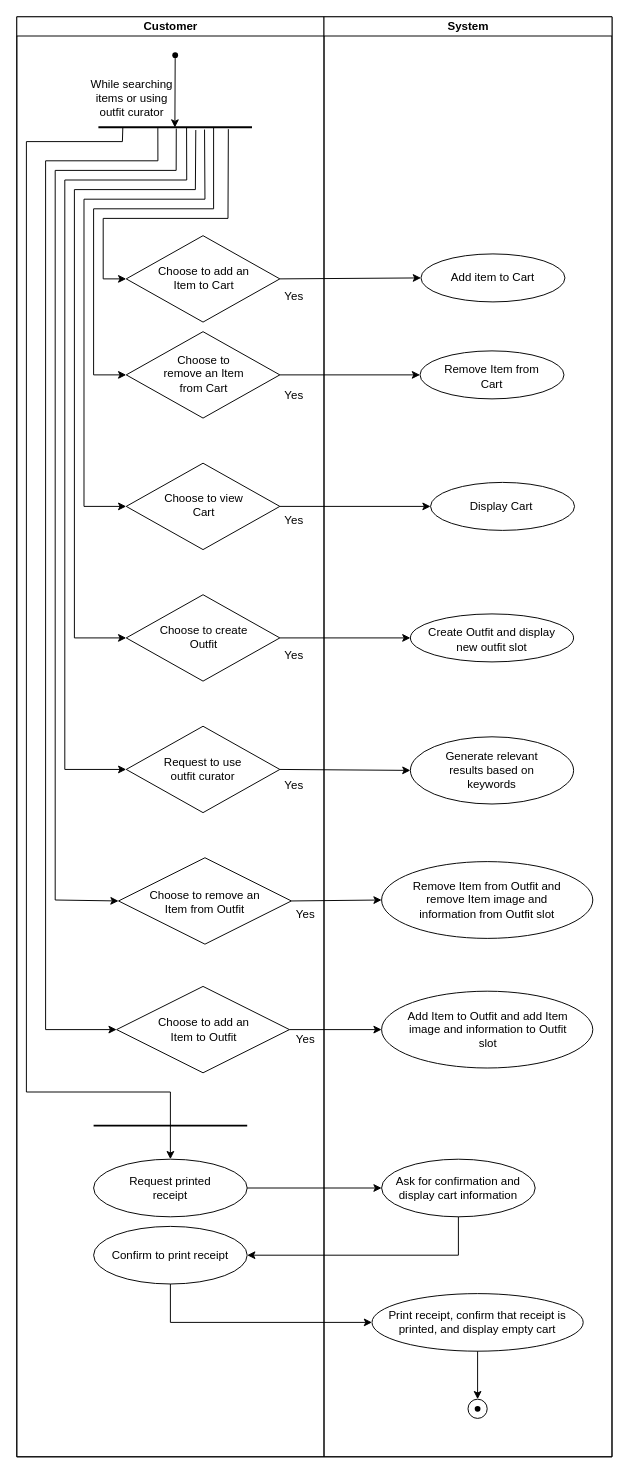
The draw.io diagram GroupAssignment2_Activity.drawio in CS3560-02-6-A/MallKioskSystem, before the edit. Source tidied: cells renumbered, new cells numbered last; positions are measured from the earlier drawing's top-left corner, leaving out a move shared by most shapes. Both pictures are drawn from the tidied source at 96%, with x=0, y=0 at pixel (16, 16).
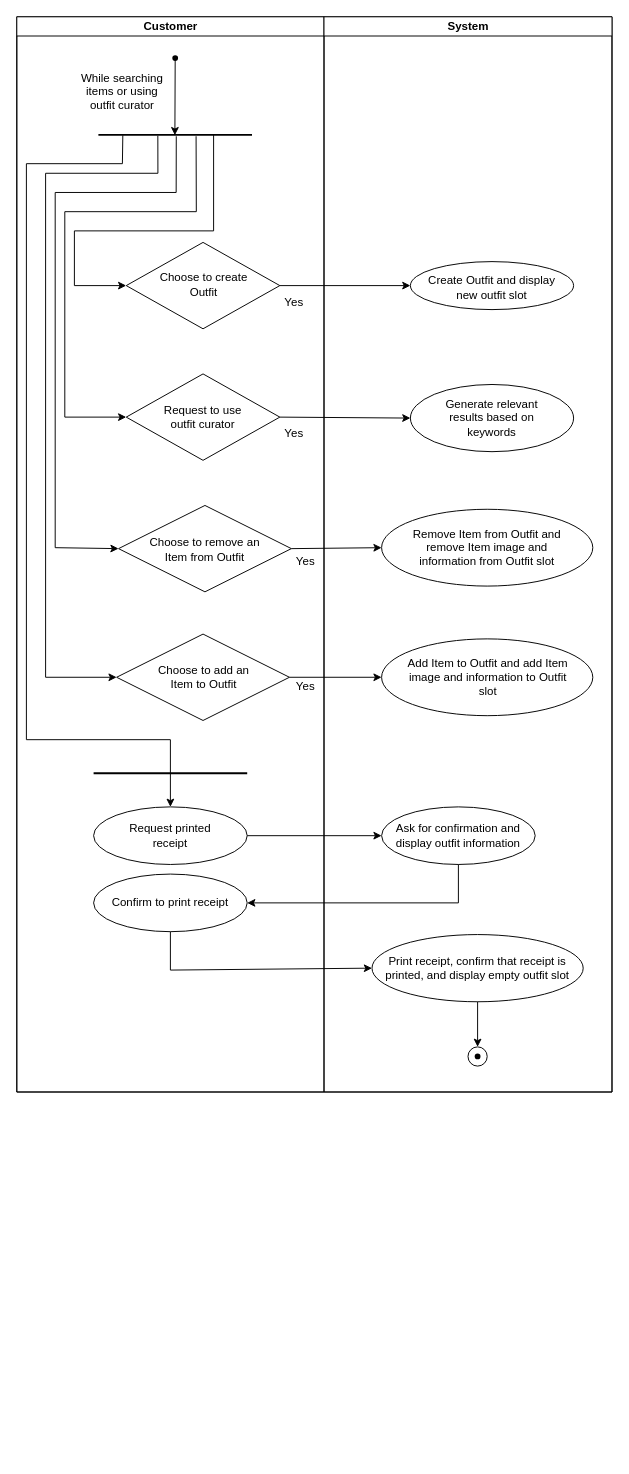
The same diagram, later.

The edit, as a diff of the source:
```diff
@@
     <mxCell id="2" style="swimlane;startSize=0;html=1;" parent="1" vertex="1">
-      <mxGeometry width="620" height="1500" as="geometry" />
+      <mxGeometry width="620" height="1120" as="geometry" />
     </mxCell>
     <mxCell id="3" value="Customer" style="swimlane;startSize=20;html=1;" parent="2" vertex="1">
-      <mxGeometry width="320" height="1500" as="geometry" />
+      <mxGeometry width="320" height="1120" as="geometry" />
     </mxCell>
     <mxCell id="4" value="While searching items or using outfit curator" style="text;html=1;whiteSpace=wrap;strokeColor=none;fillColor=none;align=center;verticalAlign=middle;rounded=0;" parent="3" vertex="1">
-      <mxGeometry x="70" y="60" width="100" height="50" as="geometry" />
+      <mxGeometry x="60" y="53" width="100" height="50" as="geometry" />
     </mxCell>
-    <mxCell id="5" style="rhombus;whiteSpace=wrap;html=1;" parent="3" vertex="1">
-      <mxGeometry x="114" y="228" width="160" height="90" as="geometry" />
-    </mxCell>
-    <mxCell id="6" value="Choose to add an Item to Cart" style="text;html=1;whiteSpace=wrap;strokeColor=none;fillColor=none;align=center;verticalAlign=middle;rounded=0;" parent="3" vertex="1">
-      <mxGeometry x="145" y="252" width="100" height="40" as="geometry" />
-    </mxCell>
-    <mxCell id="7" style="rhombus;whiteSpace=wrap;html=1;" parent="3" vertex="1">
-      <mxGeometry x="114" y="328" width="160" height="90" as="geometry" />
-    </mxCell>
-    <mxCell id="8" value="Choose to remove an Item from Cart" style="text;html=1;whiteSpace=wrap;strokeColor=none;fillColor=none;align=center;verticalAlign=middle;rounded=0;" parent="3" vertex="1">
-      <mxGeometry x="145" y="352" width="100" height="40" as="geometry" />
-    </mxCell>
-    <mxCell id="9" style="endArrow=classic;html=1;rounded=0;entryX=0;entryY=0.5;entryDx=0;entryDy=0;exitX=0.846;exitY=0.701;exitDx=0;exitDy=0;exitPerimeter=0;" parent="3" edge="1" source="33" target="5">
-      <mxGeometry relative="1" as="geometry">
-        <Array as="points">
-          <mxPoint x="220" y="210" />
-          <mxPoint x="90" y="210" />
-          <mxPoint x="90" y="273" />
-        </Array>
-      </mxGeometry>
-    </mxCell>
-    <mxCell id="10" value="Yes" style="text;html=1;whiteSpace=wrap;strokeColor=none;fillColor=none;align=center;verticalAlign=middle;rounded=0;" parent="3" vertex="1">
-      <mxGeometry x="274" y="277" width="30" height="30" as="geometry" />
-    </mxCell>
-    <mxCell id="11" style="rhombus;whiteSpace=wrap;html=1;" parent="3" vertex="1">
-      <mxGeometry x="114" y="465" width="160" height="90" as="geometry" />
-    </mxCell>
-    <mxCell id="12" value="Choose to view Cart" style="text;html=1;whiteSpace=wrap;strokeColor=none;fillColor=none;align=center;verticalAlign=middle;rounded=0;" parent="3" vertex="1">
-      <mxGeometry x="145" y="489" width="100" height="40" as="geometry" />
-    </mxCell>
-    <mxCell id="13" style="endArrow=classic;html=1;rounded=0;entryX=0;entryY=0.5;entryDx=0;entryDy=0;exitX=0.75;exitY=0.5;exitDx=0;exitDy=0;exitPerimeter=0;" parent="3" edge="1" source="33" target="7">
-      <mxGeometry relative="1" as="geometry">
-        <Array as="points">
-          <mxPoint x="205" y="200" />
-          <mxPoint x="80" y="200" />
-          <mxPoint x="80" y="373" />
-        </Array>
-      </mxGeometry>
-    </mxCell>
     <mxCell id="14" style="rhombus;whiteSpace=wrap;html=1;" parent="3" vertex="1">
-      <mxGeometry x="114" y="602" width="160" height="90" as="geometry" />
+      <mxGeometry x="114" y="235" width="160" height="90" as="geometry" />
     </mxCell>
     <mxCell id="15" value="Choose to create Outfit" style="text;html=1;whiteSpace=wrap;strokeColor=none;fillColor=none;align=center;verticalAlign=middle;rounded=0;" parent="3" vertex="1">
-      <mxGeometry x="145" y="626" width="100" height="40" as="geometry" />
+      <mxGeometry x="145" y="259" width="100" height="40" as="geometry" />
     </mxCell>
     <mxCell id="16" style="rhombus;whiteSpace=wrap;html=1;" parent="3" vertex="1">
-      <mxGeometry x="114" y="739" width="160" height="90" as="geometry" />
+      <mxGeometry x="114" y="372" width="160" height="90" as="geometry" />
     </mxCell>
     <mxCell id="17" style="rhombus;whiteSpace=wrap;html=1;" parent="3" vertex="1">
-      <mxGeometry x="106" y="876" width="180" height="90" as="geometry" />
+      <mxGeometry x="106" y="509" width="180" height="90" as="geometry" />
     </mxCell>
     <mxCell id="18" value="Choose to remove an Item from Outfit" style="text;html=1;whiteSpace=wrap;strokeColor=none;fillColor=none;align=center;verticalAlign=middle;rounded=0;" parent="3" vertex="1">
-      <mxGeometry x="136" y="902" width="120" height="40" as="geometry" />
+      <mxGeometry x="136" y="535" width="120" height="40" as="geometry" />
     </mxCell>
-    <mxCell id="19" value="Yes" style="text;html=1;whiteSpace=wrap;strokeColor=none;fillColor=none;align=center;verticalAlign=middle;rounded=0;" parent="3" vertex="1">
-      <mxGeometry x="274" y="380" width="30" height="30" as="geometry" />
-    </mxCell>
     <mxCell id="20" value="Yes" style="text;html=1;whiteSpace=wrap;strokeColor=none;fillColor=none;align=center;verticalAlign=middle;rounded=0;" parent="3" vertex="1">
-      <mxGeometry x="274" y="650" width="30" height="30" as="geometry" />
+      <mxGeometry x="274" y="283" width="30" height="30" as="geometry" />
     </mxCell>
     <mxCell id="21" value="Yes" style="text;html=1;whiteSpace=wrap;strokeColor=none;fillColor=none;align=center;verticalAlign=middle;rounded=0;" parent="3" vertex="1">
-      <mxGeometry x="274" y="786" width="30" height="30" as="geometry" />
+      <mxGeometry x="274" y="419" width="30" height="30" as="geometry" />
     </mxCell>
     <mxCell id="22" value="Yes" style="text;html=1;whiteSpace=wrap;strokeColor=none;fillColor=none;align=center;verticalAlign=middle;rounded=0;" parent="3" vertex="1">
-      <mxGeometry x="286" y="920" width="30" height="30" as="geometry" />
+      <mxGeometry x="286" y="553" width="30" height="30" as="geometry" />
     </mxCell>
-    <mxCell id="23" value="Yes" style="text;html=1;whiteSpace=wrap;strokeColor=none;fillColor=none;align=center;verticalAlign=middle;rounded=0;" parent="3" vertex="1">
-      <mxGeometry x="274" y="510" width="30" height="30" as="geometry" />
-    </mxCell>
     <mxCell id="24" value="Request to use outfit curator" style="text;html=1;whiteSpace=wrap;strokeColor=none;fillColor=none;align=center;verticalAlign=middle;rounded=0;" parent="3" vertex="1">
-      <mxGeometry x="144" y="759" width="100" height="50" as="geometry" />
+      <mxGeometry x="144" y="392" width="100" height="50" as="geometry" />
     </mxCell>
     <mxCell id="25" style="rhombus;whiteSpace=wrap;html=1;" parent="3" vertex="1">
-      <mxGeometry x="104" y="1010" width="180" height="90" as="geometry" />
+      <mxGeometry x="104" y="643" width="180" height="90" as="geometry" />
     </mxCell>
     <mxCell id="26" value="Choose to add an Item to Outfit" style="text;html=1;whiteSpace=wrap;strokeColor=none;fillColor=none;align=center;verticalAlign=middle;rounded=0;" parent="3" vertex="1">
-      <mxGeometry x="135" y="1035" width="120" height="40" as="geometry" />
+      <mxGeometry x="135" y="668" width="120" height="40" as="geometry" />
     </mxCell>
     <mxCell id="27" value="Yes" style="text;html=1;whiteSpace=wrap;strokeColor=none;fillColor=none;align=center;verticalAlign=middle;rounded=0;" parent="3" vertex="1">
-      <mxGeometry x="286" y="1050" width="30" height="30" as="geometry" />
+      <mxGeometry x="286" y="683" width="30" height="30" as="geometry" />
     </mxCell>
     <mxCell id="28" style="ellipse;whiteSpace=wrap;html=1;" parent="3" vertex="1">
-      <mxGeometry x="80" y="1190" width="160" height="60" as="geometry" />
+      <mxGeometry x="80" y="823" width="160" height="60" as="geometry" />
     </mxCell>
     <mxCell id="29" value="Request printed receipt" style="text;html=1;whiteSpace=wrap;strokeColor=none;fillColor=none;align=center;verticalAlign=middle;rounded=0;" parent="3" vertex="1">
-      <mxGeometry x="100" y="1200" width="120" height="40" as="geometry" />
+      <mxGeometry x="100" y="833" width="120" height="40" as="geometry" />
     </mxCell>
     <mxCell id="30" value="Confirm to print receipt" style="ellipse;whiteSpace=wrap;html=1;" parent="3" vertex="1">
-      <mxGeometry x="80" y="1260" width="160" height="60" as="geometry" />
+      <mxGeometry x="80" y="893" width="160" height="60" as="geometry" />
     </mxCell>
     <mxCell id="31" style="shape=waypoint;sketch=0;fillStyle=solid;size=6;points=[];fillColor=none;perimeter=centerPerimeter;snapToPoint=1;" parent="3" vertex="1">
-      <mxGeometry x="155" y="30" width="20" height="20" as="geometry" />
+      <mxGeometry x="155" y="33" width="20" height="20" as="geometry" />
     </mxCell>
     <mxCell id="32" style="line;strokeWidth=2;html=1;" parent="3" vertex="1">
-      <mxGeometry x="80" y="1150" width="160" height="10" as="geometry" />
+      <mxGeometry x="80" y="783" width="160" height="10" as="geometry" />
     </mxCell>
     <mxCell id="33" style="line;strokeWidth=2;html=1;" parent="3" vertex="1">
-      <mxGeometry x="85" y="110" width="160" height="10" as="geometry" />
+      <mxGeometry x="85" y="118" width="160" height="10" as="geometry" />
     </mxCell>
-    <mxCell id="34" style="endArrow=classic;html=1;rounded=0;entryX=0.498;entryY=0.533;entryDx=0;entryDy=0;entryPerimeter=0;" parent="3" edge="1" source="31" target="33">
+    <mxCell id="34" style="endArrow=classic;html=1;rounded=0;entryX=0.498;entryY=0.533;entryDx=0;entryDy=0;entryPerimeter=0;exitX=0.484;exitY=0.5;exitDx=0;exitDy=0;exitPerimeter=0;" parent="3" edge="1" source="31" target="33">
       <mxGeometry relative="1" as="geometry" />
     </mxCell>
-    <mxCell id="35" style="endArrow=classic;html=1;rounded=0;entryX=0;entryY=0.5;entryDx=0;entryDy=0;exitX=0.691;exitY=0.744;exitDx=0;exitDy=0;exitPerimeter=0;" parent="3" edge="1" source="33" target="11">
-      <mxGeometry relative="1" as="geometry">
-        <Array as="points">
-          <mxPoint x="196" y="190" />
-          <mxPoint x="70" y="190" />
-          <mxPoint x="70" y="510" />
-        </Array>
-      </mxGeometry>
-    </mxCell>
-    <mxCell id="36" style="endArrow=classic;html=1;rounded=0;entryX=0;entryY=0.5;entryDx=0;entryDy=0;exitX=0.634;exitY=0.795;exitDx=0;exitDy=0;exitPerimeter=0;" parent="3" edge="1" source="33" target="14">
+    <mxCell id="36" style="endArrow=classic;html=1;rounded=0;entryX=0;entryY=0.5;entryDx=0;entryDy=0;exitX=0.75;exitY=0.5;exitDx=0;exitDy=0;exitPerimeter=0;" parent="3" edge="1" source="33" target="14">
       <mxGeometry relative="1" as="geometry">
         <Array as="points">
-          <mxPoint x="186" y="180" />
-          <mxPoint x="60" y="180" />
-          <mxPoint x="60" y="647" />
+          <mxPoint x="205" y="223" />
+          <mxPoint x="60" y="223" />
+          <mxPoint x="60" y="280" />
         </Array>
       </mxGeometry>
     </mxCell>
-    <mxCell id="37" style="endArrow=classic;html=1;rounded=0;entryX=0;entryY=0.5;entryDx=0;entryDy=0;exitX=0.574;exitY=0.491;exitDx=0;exitDy=0;exitPerimeter=0;" parent="3" edge="1" source="33" target="16">
+    <mxCell id="37" style="endArrow=classic;html=1;rounded=0;entryX=0;entryY=0.5;entryDx=0;entryDy=0;exitX=0.636;exitY=0.643;exitDx=0;exitDy=0;exitPerimeter=0;" parent="3" edge="1" source="33" target="16">
       <mxGeometry relative="1" as="geometry">
         <Array as="points">
-          <mxPoint x="177" y="170" />
-          <mxPoint x="50" y="170" />
-          <mxPoint x="50" y="784" />
+          <mxPoint x="187" y="203" />
+          <mxPoint x="50" y="203" />
+          <mxPoint x="50" y="417" />
         </Array>
       </mxGeometry>
     </mxCell>
     <mxCell id="38" style="endArrow=classic;html=1;rounded=0;entryX=0;entryY=0.5;entryDx=0;entryDy=0;exitX=0.507;exitY=0.643;exitDx=0;exitDy=0;exitPerimeter=0;" parent="3" edge="1" source="33" target="17">
       <mxGeometry relative="1" as="geometry">
         <Array as="points">
-          <mxPoint x="166" y="160" />
-          <mxPoint x="40" y="160" />
-          <mxPoint x="40" y="920" />
+          <mxPoint x="166" y="183" />
+          <mxPoint x="40" y="183" />
+          <mxPoint x="40" y="553" />
         </Array>
       </mxGeometry>
     </mxCell>
     <mxCell id="39" style="endArrow=classic;html=1;rounded=0;entryX=0;entryY=0.5;entryDx=0;entryDy=0;exitX=0.387;exitY=0.592;exitDx=0;exitDy=0;exitPerimeter=0;" parent="3" edge="1" source="33" target="25">
       <mxGeometry relative="1" as="geometry">
         <Array as="points">
-          <mxPoint x="147" y="150" />
-          <mxPoint x="30" y="150" />
-          <mxPoint x="30" y="1055" />
+          <mxPoint x="147" y="163" />
+          <mxPoint x="30" y="163" />
+          <mxPoint x="30" y="688" />
         </Array>
       </mxGeometry>
     </mxCell>
     <mxCell id="40" style="endArrow=classic;html=1;rounded=0;entryX=0.5;entryY=0;entryDx=0;entryDy=0;exitX=0.159;exitY=0.541;exitDx=0;exitDy=0;exitPerimeter=0;" parent="3" edge="1" source="33" target="28">
       <mxGeometry relative="1" as="geometry">
         <Array as="points">
-          <mxPoint x="110" y="130" />
-          <mxPoint x="10" y="130" />
-          <mxPoint x="10" y="1120" />
-          <mxPoint x="160" y="1120" />
+          <mxPoint x="110" y="153" />
+          <mxPoint x="10" y="153" />
+          <mxPoint x="10" y="753" />
+          <mxPoint x="160" y="753" />
         </Array>
       </mxGeometry>
     </mxCell>
     <mxCell id="41" value="System" style="swimlane;startSize=20;html=1;" parent="2" vertex="1">
-      <mxGeometry x="320" width="300" height="1500" as="geometry" />
+      <mxGeometry x="320" width="300" height="1120" as="geometry" />
     </mxCell>
-    <mxCell id="42" style="ellipse;whiteSpace=wrap;html=1;" parent="41" vertex="1">
-      <mxGeometry x="101" y="247" width="150" height="50" as="geometry" />
-    </mxCell>
-    <mxCell id="43" value="Add item to Cart" style="text;html=1;whiteSpace=wrap;strokeColor=none;fillColor=none;align=center;verticalAlign=middle;rounded=0;" parent="41" vertex="1">
-      <mxGeometry x="111" y="257" width="130" height="30" as="geometry" />
-    </mxCell>
-    <mxCell id="44" style="ellipse;whiteSpace=wrap;html=1;" parent="41" vertex="1">
-      <mxGeometry x="100" y="348" width="150" height="50" as="geometry" />
-    </mxCell>
-    <mxCell id="45" value="Remove Item from Cart" style="text;html=1;whiteSpace=wrap;strokeColor=none;fillColor=none;align=center;verticalAlign=middle;rounded=0;" parent="41" vertex="1">
-      <mxGeometry x="120" y="360" width="110" height="30" as="geometry" />
-    </mxCell>
-    <mxCell id="46" style="ellipse;whiteSpace=wrap;html=1;" parent="41" vertex="1">
-      <mxGeometry x="111" y="485" width="150" height="50" as="geometry" />
-    </mxCell>
-    <mxCell id="47" value="Display Cart" style="text;html=1;whiteSpace=wrap;strokeColor=none;fillColor=none;align=center;verticalAlign=middle;rounded=0;" parent="41" vertex="1">
-      <mxGeometry x="120" y="495" width="130" height="30" as="geometry" />
-    </mxCell>
     <mxCell id="48" style="ellipse;whiteSpace=wrap;html=1;" parent="41" vertex="1">
-      <mxGeometry x="90" y="622" width="170" height="50" as="geometry" />
+      <mxGeometry x="90" y="255" width="170" height="50" as="geometry" />
     </mxCell>
     <mxCell id="49" style="ellipse;whiteSpace=wrap;html=1;" parent="41" vertex="1">
-      <mxGeometry x="90" y="750" width="170" height="70" as="geometry" />
+      <mxGeometry x="90" y="383" width="170" height="70" as="geometry" />
     </mxCell>
     <mxCell id="50" style="ellipse;whiteSpace=wrap;html=1;" parent="41" vertex="1">
-      <mxGeometry x="60" y="880" width="220" height="80" as="geometry" />
+      <mxGeometry x="60" y="513" width="220" height="80" as="geometry" />
     </mxCell>
     <mxCell id="51" value="Create Outfit and display new outfit slot" style="text;html=1;whiteSpace=wrap;strokeColor=none;fillColor=none;align=center;verticalAlign=middle;rounded=0;" parent="41" vertex="1">
-      <mxGeometry x="100" y="634" width="150" height="30" as="geometry" />
+      <mxGeometry x="100" y="267" width="150" height="30" as="geometry" />
     </mxCell>
     <mxCell id="52" value="Generate relevant results based on keywords" style="text;html=1;whiteSpace=wrap;strokeColor=none;fillColor=none;align=center;verticalAlign=middle;rounded=0;" parent="41" vertex="1">
-      <mxGeometry x="120" y="760" width="110" height="50" as="geometry" />
+      <mxGeometry x="120" y="393" width="110" height="50" as="geometry" />
     </mxCell>
     <mxCell id="53" value="Remove Item from Outfit and remove Item image and information from Outfit slot" style="text;html=1;whiteSpace=wrap;strokeColor=none;fillColor=none;align=center;verticalAlign=middle;rounded=0;" parent="41" vertex="1">
-      <mxGeometry x="80" y="890" width="180" height="60" as="geometry" />
+      <mxGeometry x="80" y="523" width="180" height="60" as="geometry" />
     </mxCell>
     <mxCell id="54" style="ellipse;whiteSpace=wrap;html=1;" parent="41" vertex="1">
-      <mxGeometry x="60" y="1015" width="220" height="80" as="geometry" />
+      <mxGeometry x="60" y="648" width="220" height="80" as="geometry" />
     </mxCell>
     <mxCell id="55" value="Add Item to Outfit and add Item image and information to Outfit slot" style="text;html=1;whiteSpace=wrap;strokeColor=none;fillColor=none;align=center;verticalAlign=middle;rounded=0;" parent="41" vertex="1">
-      <mxGeometry x="81" y="1025" width="180" height="60" as="geometry" />
+      <mxGeometry x="81" y="658" width="180" height="60" as="geometry" />
     </mxCell>
-    <mxCell id="56" value="Ask for confirmation and display cart information" style="ellipse;whiteSpace=wrap;html=1;" parent="41" vertex="1">
-      <mxGeometry x="60" y="1190" width="160" height="60" as="geometry" />
+    <mxCell id="56" value="Ask for confirmation and display outfit information" style="ellipse;whiteSpace=wrap;html=1;" parent="41" vertex="1">
+      <mxGeometry x="60" y="823" width="160" height="60" as="geometry" />
     </mxCell>
-    <mxCell id="57" value="Print receipt, confirm that receipt is printed, and display empty cart" style="ellipse;whiteSpace=wrap;html=1;" parent="41" vertex="1">
-      <mxGeometry x="50" y="1330" width="220" height="60" as="geometry" />
+    <mxCell id="57" value="Print receipt, confirm that receipt is printed, and display empty outfit slot" style="ellipse;whiteSpace=wrap;html=1;" parent="41" vertex="1">
+      <mxGeometry x="50" y="956" width="220" height="70" as="geometry" />
     </mxCell>
     <mxCell id="58" style="ellipse;whiteSpace=wrap;html=1;" parent="41" vertex="1">
-      <mxGeometry x="150" y="1440" width="20" height="20" as="geometry" />
+      <mxGeometry x="150" y="1073" width="20" height="20" as="geometry" />
     </mxCell>
     <mxCell id="59" style="shape=waypoint;sketch=0;fillStyle=solid;size=6;fillColor=none;perimeter=centerPerimeter;" parent="41" vertex="1">
-      <mxGeometry x="150" y="1440" width="20" height="20" as="geometry" />
+      <mxGeometry x="150" y="1073" width="20" height="20" as="geometry" />
     </mxCell>
-    <mxCell id="60" style="endArrow=classic;html=1;rounded=0;exitX=0.5;exitY=1;exitDx=0;exitDy=0;" parent="41" edge="1">
+    <mxCell id="60" style="endArrow=classic;html=1;rounded=0;exitX=0.5;exitY=1;exitDx=0;exitDy=0;" parent="41" edge="1" source="57">
       <mxGeometry relative="1" as="geometry">
-        <mxPoint x="160" y="1390" as="sourcePoint" />
-        <mxPoint x="160" y="1440" as="targetPoint" />
+        <mxPoint x="160" y="1073" as="targetPoint" />
       </mxGeometry>
     </mxCell>
-    <mxCell id="61" style="endArrow=classic;html=1;rounded=0;entryX=0;entryY=0.5;entryDx=0;entryDy=0;exitX=1;exitY=0.5;exitDx=0;exitDy=0;" parent="2" edge="1" source="7" target="44">
-      <mxGeometry relative="1" as="geometry" />
-    </mxCell>
-    <mxCell id="62" style="endArrow=classic;html=1;rounded=0;exitX=1;exitY=0.5;exitDx=0;exitDy=0;entryX=0;entryY=0.5;entryDx=0;entryDy=0;" parent="2" edge="1" source="11" target="46">
-      <mxGeometry relative="1" as="geometry" />
-    </mxCell>
@@
     <mxCell id="68" style="endArrow=classic;html=1;rounded=0;exitX=0.5;exitY=1;exitDx=0;exitDy=0;entryX=0;entryY=0.5;entryDx=0;entryDy=0;" parent="2" edge="1" source="30" target="57">
       <mxGeometry relative="1" as="geometry">
         <Array as="points">
-          <mxPoint x="160" y="1360" />
+          <mxPoint x="160" y="993" />
         </Array>
       </mxGeometry>
     </mxCell>
-    <mxCell id="69" style="endArrow=classic;html=1;rounded=0;entryX=0;entryY=0.5;entryDx=0;entryDy=0;exitX=1;exitY=0.5;exitDx=0;exitDy=0;" parent="2" edge="1" source="5" target="42">
-      <mxGeometry relative="1" as="geometry" />
-    </mxCell>
     <mxCell id="70" style="endArrow=classic;html=1;rounded=0;exitX=0.5;exitY=1;exitDx=0;exitDy=0;" parent="1" edge="1" source="56">
       <mxGeometry relative="1" as="geometry">
-        <mxPoint x="240" y="1290" as="targetPoint" />
+        <mxPoint x="240" y="923" as="targetPoint" />
         <Array as="points">
-          <mxPoint x="460" y="1290" />
+          <mxPoint x="460" y="923" />
         </Array>
       </mxGeometry>
     </mxCell>
```
